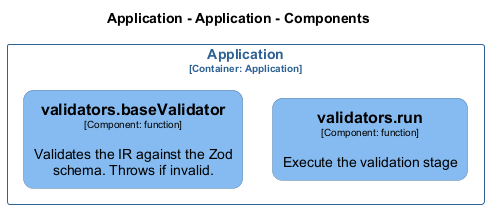
Earlier version of the PlantUML export docs/architecture/diagrams/structurizr-Classes_default_container__validators.png (chrislyons-dev/archlette).
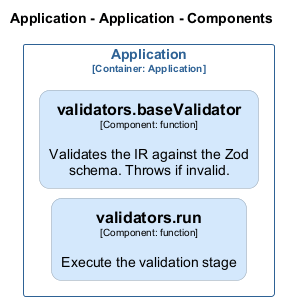
After the commit.

The edit, as a diff of the source:
```diff
@@ -2,9 +2,9 @@
 set separator none
 title Application - Application - Components
 
-top to bottom direction
-skinparam ranksep 60
-skinparam nodesep 30
+left to right direction
+skinparam ranksep 20
+skinparam nodesep 10
 
 skinparam {
   arrowFontSize 10
@@ -17,16 +17,16 @@
 hide stereotype
 
 skinparam rectangle<<Application.Application.validatorsbaseValidator>> {
-  BackgroundColor #85bbf0
+  BackgroundColor #d4e8fc
   FontColor #000000
-  BorderColor #5d82a8
+  BorderColor #94a2b0
   roundCorner 20
   shadowing false
 }
 skinparam rectangle<<Application.Application.validatorsrun>> {
-  BackgroundColor #85bbf0
+  BackgroundColor #d4e8fc
   FontColor #000000
-  BorderColor #5d82a8
+  BorderColor #94a2b0
   roundCorner 20
   shadowing false
 }
@@ -37,8 +37,8 @@
 }
 
 rectangle "Application\n<size:10>[Container: Application]</size>" <<Application.Application>> {
+  rectangle "==validators.baseValidator\n<size:10>[Component: function]</size>\n\nValidates the IR against the Zod schema. Throws if invalid." <<Application.Application.validatorsbaseValidator>> as Application.Application.validatorsbaseValidator
   rectangle "==validators.run\n<size:10>[Component: function]</size>\n\nExecute the validation stage" <<Application.Application.validatorsrun>> as Application.Application.validatorsrun
-  rectangle "==validators.baseValidator\n<size:10>[Component: function]</size>\n\nValidates the IR against the Zod schema. Throws if invalid." <<Application.Application.validatorsbaseValidator>> as Application.Application.validatorsbaseValidator
 }
 
 @enduml
```
